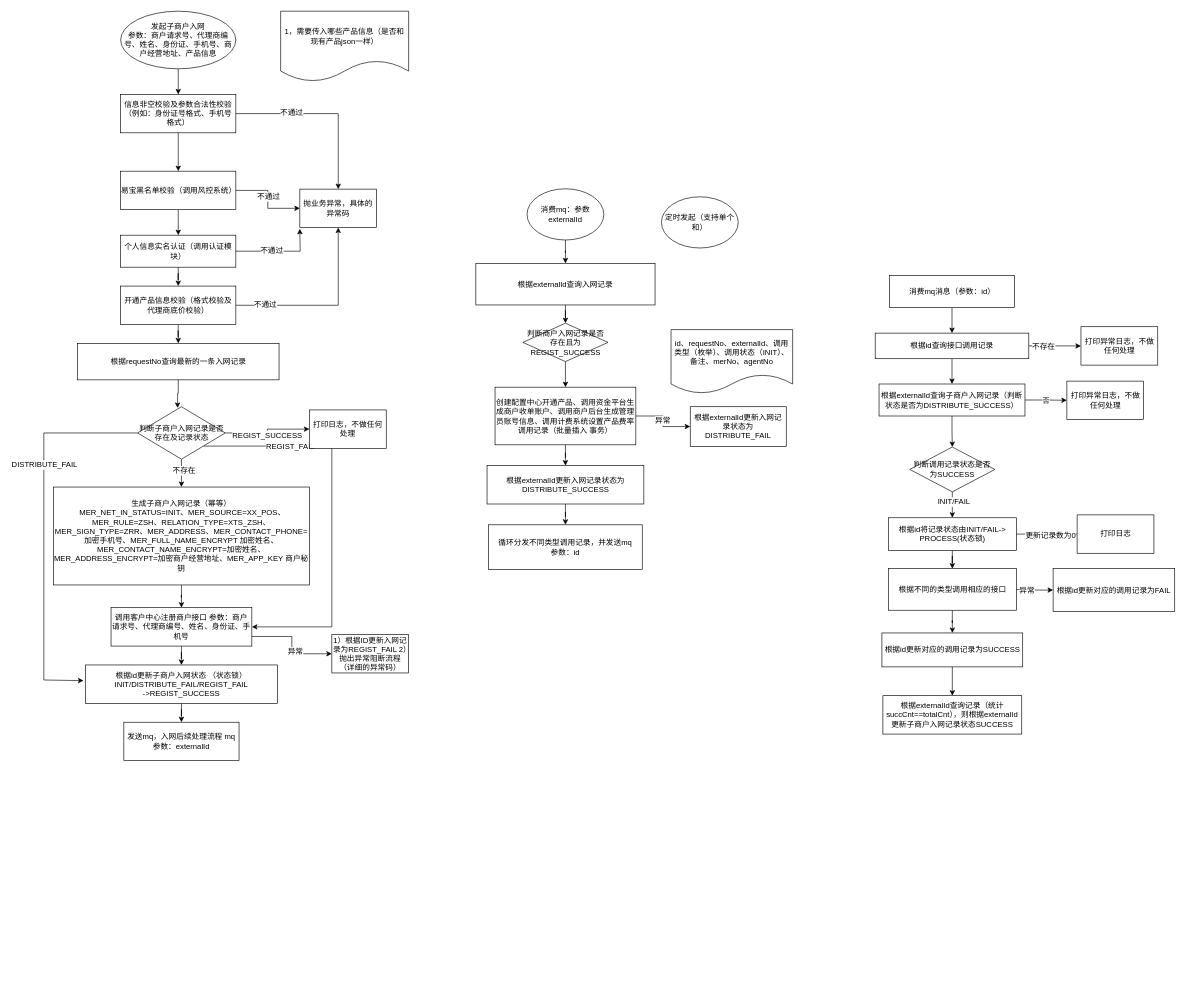
cp0802/drawioRep keeps this draw.io diagram as 子商户入网流程图.drawio. Above is the earlier version. Source tidied: cells renumbered, new cells numbered last; positions are measured from the earlier drawing's top-left corner, leaving out a move shared by most shapes. Both pictures are drawn from the tidied source at 64%, with x=0, y=0 at pixel (44, 11).
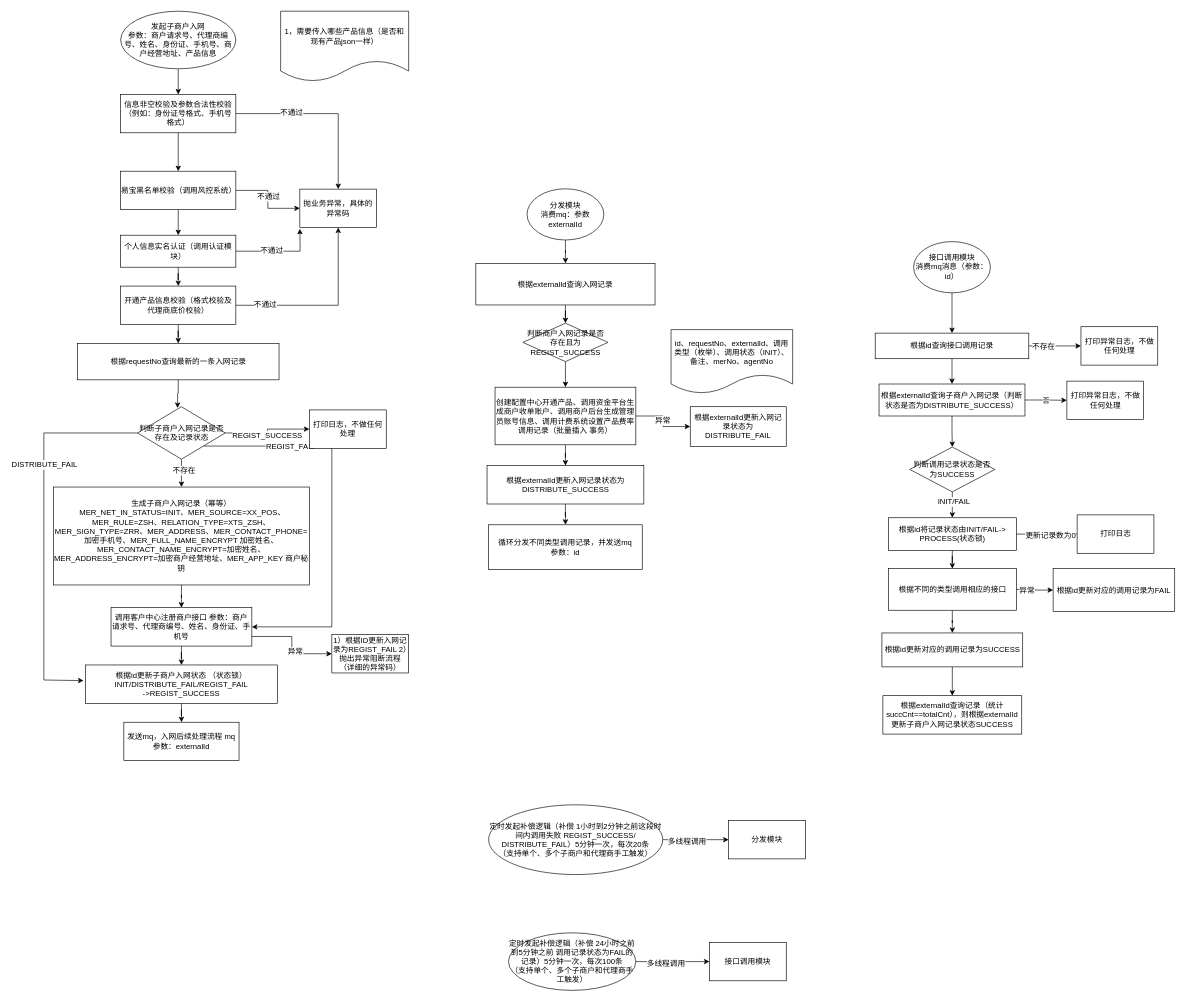
The same page after the edit.

Commit message:
Update 子商户入网流程图.drawio

Unchanged cells that the change refers to:
```xml
<mxCell id="33" value="根据id查询接口调用记录&lt;br&gt;" style="rounded=0;whiteSpace=wrap;html=1;" parent="1" vertex="1">
  <mxGeometry x="1299" y="503" width="240" height="40" as="geometry" />
</mxCell>
```

Change to the diagram source:
```diff
@@
-    <mxCell id="57" style="edgeStyle=orthogonalEdgeStyle;rounded=0;jettySize=auto;html=1;" parent="1" edge="1" source="58" target="33">
-      <mxGeometry relative="1" as="geometry" />
-    </mxCell>
-    <mxCell id="58" value="消费mq消息（参数：id）" style="rounded=0;whiteSpace=wrap;html=1;" parent="1" vertex="1">
-      <mxGeometry x="1321.5" y="413" width="195" height="50" as="geometry" />
-    </mxCell>
@@
-    <mxCell id="61" value="消费mq：参数 externalId" style="ellipse;whiteSpace=wrap;html=1;" parent="1" vertex="1">
+    <mxCell id="61" value="分发模块 &lt;br&gt;消费mq：参数 externalId" style="ellipse;whiteSpace=wrap;html=1;" parent="1" vertex="1">
       <mxGeometry x="755" y="277.5" width="120" height="80" as="geometry" />
     </mxCell>
@@
+    <mxCell id="87" style="edgeStyle=orthogonalEdgeStyle;rounded=0;jettySize=auto;html=1;entryX=0;entryY=0.5;entryDx=0;entryDy=0;" parent="1" edge="1" source="79" target="91">
+      <mxGeometry relative="1" as="geometry" />
+    </mxCell>
+    <mxCell id="88" value="多线程调用" style="text;html=1;align=center;verticalAlign=middle;labelBackgroundColor=#ffffff;" parent="87" vertex="1">
+      <mxGeometry x="-0.29" y="-3" relative="1" as="geometry" />
+    </mxCell>
-    <mxCell id="79" value="定时发起（支持单个和）" style="ellipse;whiteSpace=wrap;html=1;" parent="1" vertex="1">
-      <mxGeometry x="965" y="290" width="120" height="80" as="geometry" />
+    <mxCell id="79" value="定时发起补偿逻辑（补偿 1小时到2分钟之前这段时间内调用失败&amp;nbsp;REGIST_SUCCESS/&lt;br&gt;DISTRIBUTE_FAIL）5分钟一次，每次20条&lt;br&gt;（支持单个、多个子商户和代理商手工触发）&lt;br&gt;" style="ellipse;whiteSpace=wrap;html=1;" parent="1" vertex="1">
+      <mxGeometry x="695" y="1240" width="272" height="109" as="geometry" />
     </mxCell>
@@
+    <mxCell id="89" style="edgeStyle=orthogonalEdgeStyle;rounded=0;jettySize=auto;html=1;entryX=0.5;entryY=0;entryDx=0;entryDy=0;" parent="1" edge="1" source="90" target="33">
+      <mxGeometry relative="1" as="geometry" />
+    </mxCell>
+    <mxCell id="90" value="&lt;span&gt;接口调用模块&lt;br&gt;消费mq消息（参数：id）&lt;/span&gt;" style="ellipse;whiteSpace=wrap;html=1;" parent="1" vertex="1">
+      <mxGeometry x="1359" y="360" width="120" height="80" as="geometry" />
+    </mxCell>
+    <mxCell id="91" value="分发模块" style="rounded=0;whiteSpace=wrap;html=1;" parent="1" vertex="1">
+      <mxGeometry x="1070" y="1264.5" width="120" height="60" as="geometry" />
+    </mxCell>
+    <mxCell id="92" style="edgeStyle=orthogonalEdgeStyle;rounded=0;jettySize=auto;html=1;entryX=0;entryY=0.5;entryDx=0;entryDy=0;" parent="1" edge="1" source="94" target="95">
+      <mxGeometry relative="1" as="geometry" />
+    </mxCell>
+    <mxCell id="93" value="多线程调用" style="text;html=1;align=center;verticalAlign=middle;labelBackgroundColor=#ffffff;" parent="92" vertex="1">
+      <mxGeometry y="-13" relative="1" as="geometry">
+        <mxPoint x="-12" y="-10" as="offset" />
+      </mxGeometry>
+    </mxCell>
+    <mxCell id="94" value="定时发起补偿逻辑（补偿 24小时之前到5分钟之前 调用记录状态为FAIL的记录）5分钟一次，每次100条&lt;br&gt;（支持单个、多个子商户和代理商手工触发）&lt;br&gt;" style="ellipse;whiteSpace=wrap;html=1;" parent="1" vertex="1">
+      <mxGeometry x="726" y="1440" width="199" height="90" as="geometry" />
+    </mxCell>
+    <mxCell id="95" value="接口调用模块" style="rounded=0;whiteSpace=wrap;html=1;" parent="1" vertex="1">
+      <mxGeometry x="1040" y="1455" width="120" height="60" as="geometry" />
+    </mxCell>
```
